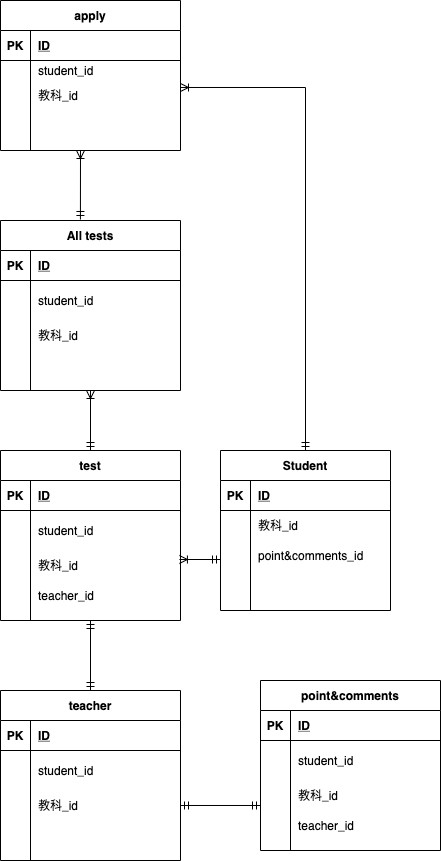
Above: 設計図.drawio.png in yuka1007/db.draws (draw.io), before the change. Source tidied: cells renumbered, new cells last; positions are measured from the earlier drawing's top-left corner, leaving out a move shared by most shapes.
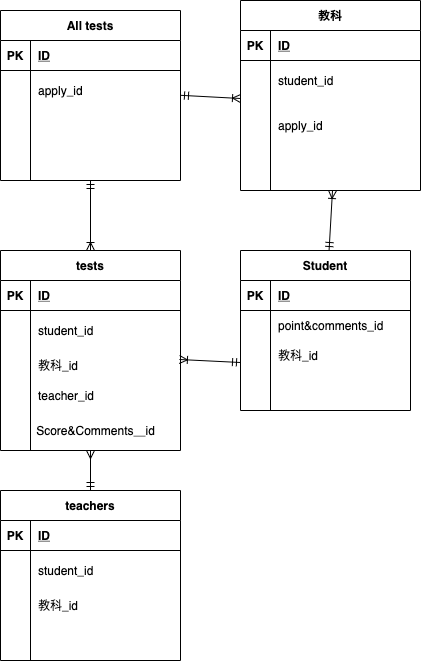
After the commit.

The edit, as a diff of the source:
```diff
@@ -2,11 +2,14 @@
   <root>
     <mxCell id="0" />
     <mxCell id="1" parent="0" />
-    <mxCell id="2" style="edgeStyle=orthogonalEdgeStyle;rounded=0;jettySize=auto;html=1;entryX=1;entryY=0.233;entryDx=0;entryDy=0;entryPerimeter=0;startArrow=ERmandOne;startFill=0;endArrow=ERoneToMany;endFill=0;" parent="1" edge="1" source="3" target="23">
-      <mxGeometry relative="1" as="geometry" />
-    </mxCell>
+    <mxCell id="86" style="edgeStyle=none;rounded=0;orthogonalLoop=1;jettySize=auto;html=1;startArrow=ERmandOne;startFill=0;endArrow=ERoneToMany;endFill=0;" parent="1" edge="1">
+      <mxGeometry relative="1" as="geometry">
+        <mxPoint x="328.6" y="450" as="sourcePoint" />
+        <mxPoint x="332" y="390" as="targetPoint" />
+      </mxGeometry>
+    </mxCell>
     <mxCell id="3" value="Student" style="shape=table;startSize=30;rowLines=0;fontStyle=1;align=center;" parent="1" vertex="1">
-      <mxGeometry x="220" y="450" width="170" height="160" as="geometry" />
+      <mxGeometry x="240" y="450" width="170" height="160" as="geometry" />
     </mxCell>
     <mxCell id="4" style="shape=partialRectangle;fillColor=none;top=0;left=0;bottom=1;right=0;" parent="3" vertex="1">
       <mxGeometry y="30" width="170" height="30" as="geometry" />
@@ -23,7 +26,7 @@
     <mxCell id="8" style="shape=partialRectangle;fillColor=none;top=0;left=0;bottom=0;right=0;overflow=hidden;" parent="7" vertex="1">
       <mxGeometry width="30" height="30" as="geometry" />
     </mxCell>
-    <mxCell id="9" value="教科_id" style="shape=partialRectangle;fillColor=none;top=0;left=0;bottom=0;right=0;align=left;spacingLeft=6;overflow=hidden;" parent="7" vertex="1">
+    <mxCell id="9" value="point&amp;comments_id" style="shape=partialRectangle;fillColor=none;top=0;left=0;bottom=0;right=0;align=left;spacingLeft=6;overflow=hidden;" parent="7" vertex="1">
       <mxGeometry x="30" width="140" height="30" as="geometry" />
     </mxCell>
     <mxCell id="10" style="shape=partialRectangle;fillColor=none;top=0;left=0;bottom=0;right=0;" parent="3" vertex="1">
@@ -32,7 +35,7 @@
     <mxCell id="11" style="shape=partialRectangle;fillColor=none;top=0;left=0;bottom=0;right=0;overflow=hidden;" parent="10" vertex="1">
       <mxGeometry width="30" height="30" as="geometry" />
     </mxCell>
-    <mxCell id="12" value="point&amp;comments_id" style="shape=partialRectangle;fillColor=none;top=0;left=0;bottom=0;right=0;align=left;spacingLeft=6;overflow=hidden;" parent="10" vertex="1">
+    <mxCell id="12" value="教科_id" style="shape=partialRectangle;fillColor=none;top=0;left=0;bottom=0;right=0;align=left;spacingLeft=6;overflow=hidden;" parent="10" vertex="1">
       <mxGeometry x="30" width="140" height="30" as="geometry" />
     </mxCell>
     <mxCell id="13" style="shape=partialRectangle;fillColor=none;top=0;left=0;bottom=0;right=0;" parent="3" vertex="1">
@@ -44,50 +47,11 @@
     <mxCell id="15" style="shape=partialRectangle;fillColor=none;top=0;left=0;bottom=0;right=0;align=left;spacingLeft=6;overflow=hidden;" parent="13" vertex="1">
       <mxGeometry x="30" width="140" height="30" as="geometry" />
     </mxCell>
-    <mxCell id="16" value="apply" style="shape=table;startSize=30;rowLines=0;fontStyle=1;align=center;" parent="1" vertex="1">
-      <mxGeometry width="180" height="150" as="geometry" />
-    </mxCell>
-    <mxCell id="17" style="shape=partialRectangle;fillColor=none;top=0;left=0;bottom=1;right=0;" parent="16" vertex="1">
-      <mxGeometry y="30" width="180" height="30" as="geometry" />
-    </mxCell>
-    <mxCell id="18" value="PK" style="shape=partialRectangle;fillColor=none;top=0;left=0;bottom=0;right=0;fontStyle=1;overflow=hidden;" parent="17" vertex="1">
-      <mxGeometry width="30" height="30" as="geometry" />
-    </mxCell>
-    <mxCell id="19" value="ID" style="shape=partialRectangle;fillColor=none;top=0;left=0;bottom=0;right=0;align=left;spacingLeft=6;fontStyle=5;overflow=hidden;" parent="17" vertex="1">
-      <mxGeometry x="30" width="150" height="30" as="geometry" />
-    </mxCell>
-    <mxCell id="20" style="shape=partialRectangle;fillColor=none;top=0;left=0;bottom=0;right=0;" parent="16" vertex="1">
-      <mxGeometry y="60" width="180" height="20" as="geometry" />
-    </mxCell>
-    <mxCell id="21" style="shape=partialRectangle;fillColor=none;top=0;left=0;bottom=0;right=0;overflow=hidden;" parent="20" vertex="1">
-      <mxGeometry width="30" height="20" as="geometry" />
-    </mxCell>
-    <mxCell id="22" value="student_id" style="shape=partialRectangle;fillColor=none;top=0;left=0;bottom=0;right=0;align=left;spacingLeft=6;overflow=hidden;" parent="20" vertex="1">
-      <mxGeometry x="30" width="150" height="20" as="geometry" />
-    </mxCell>
-    <mxCell id="23" style="shape=partialRectangle;fillColor=none;top=0;left=0;bottom=0;right=0;points=[[0,0.5],[1,0.5]];portConstraint=eastwest;" parent="16" vertex="1">
-      <mxGeometry y="80" width="180" height="30" as="geometry" />
-    </mxCell>
-    <mxCell id="24" style="shape=partialRectangle;fillColor=none;top=0;left=0;bottom=0;right=0;overflow=hidden;" parent="23" vertex="1">
-      <mxGeometry width="30" height="30" as="geometry" />
-    </mxCell>
-    <mxCell id="25" value="教科_id" style="shape=partialRectangle;fillColor=none;top=0;left=0;bottom=0;right=0;align=left;spacingLeft=6;overflow=hidden;" parent="23" vertex="1">
-      <mxGeometry x="30" width="150" height="30" as="geometry" />
-    </mxCell>
-    <mxCell id="26" style="shape=partialRectangle;fillColor=none;top=0;left=0;bottom=0;right=0;" parent="16" vertex="1">
-      <mxGeometry y="110" width="180" height="30" as="geometry" />
-    </mxCell>
-    <mxCell id="27" style="shape=partialRectangle;fillColor=none;top=0;left=0;bottom=0;right=0;overflow=hidden;" parent="26" vertex="1">
-      <mxGeometry width="30" height="30" as="geometry" />
-    </mxCell>
-    <mxCell id="28" style="shape=partialRectangle;fillColor=none;top=0;left=0;bottom=0;right=0;align=left;spacingLeft=6;overflow=hidden;" parent="26" vertex="1">
-      <mxGeometry x="30" width="150" height="30" as="geometry" />
-    </mxCell>
-    <mxCell id="29" style="edgeStyle=orthogonalEdgeStyle;rounded=0;jettySize=auto;html=1;entryX=0.5;entryY=0;entryDx=0;entryDy=0;startArrow=ERmandOne;startFill=0;endArrow=ERmandOne;endFill=0;" parent="1" edge="1" source="30" target="58">
+    <mxCell id="29" style="edgeStyle=orthogonalEdgeStyle;rounded=0;jettySize=auto;html=1;entryX=0.5;entryY=0;entryDx=0;entryDy=0;startArrow=ERmany;startFill=0;endArrow=ERmandOne;endFill=0;" parent="1" edge="1" source="30" target="58">
       <mxGeometry relative="1" as="geometry" />
     </mxCell>
-    <mxCell id="30" value="test" style="shape=table;startSize=30;rowLines=0;fontStyle=1;align=center;" parent="1" vertex="1">
-      <mxGeometry y="450" width="180" height="170" as="geometry" />
+    <mxCell id="30" value="tests" style="shape=table;startSize=30;rowLines=0;fontStyle=1;align=center;" parent="1" vertex="1">
+      <mxGeometry y="450" width="180" height="200" as="geometry" />
     </mxCell>
     <mxCell id="31" style="shape=partialRectangle;fillColor=none;top=0;left=0;bottom=1;right=0;" parent="30" vertex="1">
       <mxGeometry y="30" width="180" height="30" as="geometry" />
@@ -125,56 +89,12 @@
     <mxCell id="42" value="teacher_id" style="shape=partialRectangle;fillColor=none;top=0;left=0;bottom=0;right=0;align=left;spacingLeft=6;overflow=hidden;" parent="40" vertex="1">
       <mxGeometry x="30" width="150" height="30" as="geometry" />
     </mxCell>
-    <mxCell id="43" value="point&amp;comments" style="shape=table;startSize=30;rowLines=0;fontStyle=1;align=center;" parent="1" vertex="1">
-      <mxGeometry x="260" y="680" width="180" height="170" as="geometry" />
-    </mxCell>
-    <mxCell id="44" style="shape=partialRectangle;fillColor=none;top=0;left=0;bottom=1;right=0;" parent="43" vertex="1">
-      <mxGeometry y="30" width="180" height="30" as="geometry" />
-    </mxCell>
-    <mxCell id="45" value="PK" style="shape=partialRectangle;fillColor=none;top=0;left=0;bottom=0;right=0;fontStyle=1;overflow=hidden;" parent="44" vertex="1">
-      <mxGeometry width="30" height="30" as="geometry" />
-    </mxCell>
-    <mxCell id="46" value="ID" style="shape=partialRectangle;fillColor=none;top=0;left=0;bottom=0;right=0;align=left;spacingLeft=6;fontStyle=5;overflow=hidden;" parent="44" vertex="1">
-      <mxGeometry x="30" width="150" height="30" as="geometry" />
-    </mxCell>
-    <mxCell id="47" style="shape=partialRectangle;fillColor=none;top=0;left=0;bottom=0;right=0;" parent="43" vertex="1">
-      <mxGeometry y="60" width="180" height="40" as="geometry" />
-    </mxCell>
-    <mxCell id="48" style="shape=partialRectangle;fillColor=none;top=0;left=0;bottom=0;right=0;overflow=hidden;" parent="47" vertex="1">
-      <mxGeometry width="30" height="40" as="geometry" />
-    </mxCell>
-    <mxCell id="49" value="student_id" style="shape=partialRectangle;fillColor=none;top=0;left=0;bottom=0;right=0;align=left;spacingLeft=6;overflow=hidden;" parent="47" vertex="1">
-      <mxGeometry x="30" width="150" height="40" as="geometry" />
-    </mxCell>
-    <mxCell id="50" style="shape=partialRectangle;fillColor=none;top=0;left=0;bottom=0;right=0;points=[[0,0.5],[1,0.5]];portConstraint=eastwest;" parent="43" vertex="1">
-      <mxGeometry y="100" width="180" height="30" as="geometry" />
-    </mxCell>
-    <mxCell id="51" style="shape=partialRectangle;fillColor=none;top=0;left=0;bottom=0;right=0;overflow=hidden;" parent="50" vertex="1">
-      <mxGeometry width="30" height="30" as="geometry" />
-    </mxCell>
-    <mxCell id="52" value="教科_id" style="shape=partialRectangle;fillColor=none;top=0;left=0;bottom=0;right=0;align=left;spacingLeft=6;overflow=hidden;" parent="50" vertex="1">
-      <mxGeometry x="30" width="150" height="30" as="geometry" />
-    </mxCell>
-    <mxCell id="53" style="shape=partialRectangle;fillColor=none;top=0;left=0;bottom=0;right=0;" parent="43" vertex="1">
-      <mxGeometry y="130" width="180" height="30" as="geometry" />
-    </mxCell>
-    <mxCell id="54" style="shape=partialRectangle;fillColor=none;top=0;left=0;bottom=0;right=0;overflow=hidden;" parent="53" vertex="1">
-      <mxGeometry width="30" height="30" as="geometry" />
-    </mxCell>
-    <mxCell id="55" value="teacher_id" style="shape=partialRectangle;fillColor=none;top=0;left=0;bottom=0;right=0;align=left;spacingLeft=6;overflow=hidden;" parent="53" vertex="1">
-      <mxGeometry x="30" width="150" height="30" as="geometry" />
-    </mxCell>
-    <mxCell id="56" style="endArrow=ERmandOne;startArrow=ERoneToMany;html=1;endFill=0;startFill=0;entryX=0.444;entryY=-0.006;entryDx=0;entryDy=0;entryPerimeter=0;" parent="1" edge="1" target="72">
-      <mxGeometry relative="1" as="geometry">
-        <mxPoint x="80" y="150" as="sourcePoint" />
-      </mxGeometry>
-    </mxCell>
     <mxCell id="57" style="endArrow=ERmandOne;startArrow=ERoneToMany;html=1;exitX=0.994;exitY=0.3;exitDx=0;exitDy=0;exitPerimeter=0;startFill=0;endFill=0;" parent="1" edge="1" source="37">
       <mxGeometry relative="1" as="geometry">
-        <mxPoint x="220" y="559" as="targetPoint" />
+        <mxPoint x="240" y="562" as="targetPoint" />
       </mxGeometry>
     </mxCell>
-    <mxCell id="58" value="teacher" style="shape=table;startSize=30;rowLines=0;fontStyle=1;align=center;" parent="1" vertex="1">
+    <mxCell id="58" value="teachers" style="shape=table;startSize=30;rowLines=0;fontStyle=1;align=center;" parent="1" vertex="1">
       <mxGeometry y="690" width="180" height="170" as="geometry" />
     </mxCell>
     <mxCell id="59" style="shape=partialRectangle;fillColor=none;top=0;left=0;bottom=1;right=0;" parent="58" vertex="1">
@@ -213,11 +133,11 @@
     <mxCell id="70" style="shape=partialRectangle;fillColor=none;top=0;left=0;bottom=0;right=0;align=left;spacingLeft=6;overflow=hidden;" parent="68" vertex="1">
       <mxGeometry x="30" width="150" height="30" as="geometry" />
     </mxCell>
-    <mxCell id="71" style="edgeStyle=orthogonalEdgeStyle;rounded=0;jettySize=auto;html=1;startArrow=ERoneToMany;startFill=0;endArrow=ERmandOne;endFill=0;" parent="1" edge="1" source="72" target="30">
+    <mxCell id="71" style="edgeStyle=orthogonalEdgeStyle;rounded=0;jettySize=auto;html=1;startArrow=ERmandOne;startFill=0;endArrow=ERoneToMany;endFill=0;" parent="1" edge="1" source="72" target="30">
       <mxGeometry relative="1" as="geometry" />
     </mxCell>
     <mxCell id="72" value="All tests" style="shape=table;startSize=30;rowLines=0;fontStyle=1;align=center;" parent="1" vertex="1">
-      <mxGeometry y="220" width="180" height="170" as="geometry" />
+      <mxGeometry y="210" width="180" height="170" as="geometry" />
     </mxCell>
     <mxCell id="73" style="shape=partialRectangle;fillColor=none;top=0;left=0;bottom=1;right=0;" parent="72" vertex="1">
       <mxGeometry y="30" width="180" height="30" as="geometry" />
@@ -234,7 +154,7 @@
     <mxCell id="77" style="shape=partialRectangle;fillColor=none;top=0;left=0;bottom=0;right=0;overflow=hidden;" parent="76" vertex="1">
       <mxGeometry width="30" height="40" as="geometry" />
     </mxCell>
-    <mxCell id="78" value="student_id" style="shape=partialRectangle;fillColor=none;top=0;left=0;bottom=0;right=0;align=left;spacingLeft=6;overflow=hidden;" parent="76" vertex="1">
+    <mxCell id="78" value="apply_id" style="shape=partialRectangle;fillColor=none;top=0;left=0;bottom=0;right=0;align=left;spacingLeft=6;overflow=hidden;" parent="76" vertex="1">
       <mxGeometry x="30" width="150" height="40" as="geometry" />
     </mxCell>
     <mxCell id="79" style="shape=partialRectangle;fillColor=none;top=0;left=0;bottom=0;right=0;" parent="72" vertex="1">
@@ -243,7 +163,7 @@
     <mxCell id="80" style="shape=partialRectangle;fillColor=none;top=0;left=0;bottom=0;right=0;overflow=hidden;" parent="79" vertex="1">
       <mxGeometry width="30" height="30" as="geometry" />
     </mxCell>
-    <mxCell id="81" value="教科_id" style="shape=partialRectangle;fillColor=none;top=0;left=0;bottom=0;right=0;align=left;spacingLeft=6;overflow=hidden;" parent="79" vertex="1">
+    <mxCell id="81" style="shape=partialRectangle;fillColor=none;top=0;left=0;bottom=0;right=0;align=left;spacingLeft=6;overflow=hidden;" parent="79" vertex="1">
       <mxGeometry x="30" width="150" height="30" as="geometry" />
     </mxCell>
     <mxCell id="82" style="shape=partialRectangle;fillColor=none;top=0;left=0;bottom=0;right=0;" parent="72" vertex="1">
@@ -255,8 +175,50 @@
     <mxCell id="84" style="shape=partialRectangle;fillColor=none;top=0;left=0;bottom=0;right=0;align=left;spacingLeft=6;overflow=hidden;" parent="82" vertex="1">
       <mxGeometry x="30" width="150" height="30" as="geometry" />
     </mxCell>
-    <mxCell id="85" style="edgeStyle=orthogonalEdgeStyle;rounded=0;jettySize=auto;html=1;entryX=0;entryY=0.833;entryDx=0;entryDy=0;entryPerimeter=0;startArrow=ERmandOne;startFill=0;endArrow=ERmandOne;endFill=0;" parent="1" edge="1" source="65" target="50">
-      <mxGeometry relative="1" as="geometry" />
-    </mxCell>
+    <mxCell id="87" value="教科" style="shape=table;startSize=30;rowLines=0;fontStyle=1;align=center;" parent="1" vertex="1">
+      <mxGeometry x="240" y="200" width="180" height="190" as="geometry" />
+    </mxCell>
+    <mxCell id="88" style="shape=partialRectangle;fillColor=none;top=0;left=0;bottom=1;right=0;" parent="87" vertex="1">
+      <mxGeometry y="30" width="180" height="30" as="geometry" />
+    </mxCell>
+    <mxCell id="89" value="PK" style="shape=partialRectangle;fillColor=none;top=0;left=0;bottom=0;right=0;fontStyle=1;overflow=hidden;" parent="88" vertex="1">
+      <mxGeometry width="30" height="30" as="geometry" />
+    </mxCell>
+    <mxCell id="90" value="ID" style="shape=partialRectangle;fillColor=none;top=0;left=0;bottom=0;right=0;align=left;spacingLeft=6;fontStyle=5;overflow=hidden;" parent="88" vertex="1">
+      <mxGeometry x="30" width="150" height="30" as="geometry" />
+    </mxCell>
+    <mxCell id="47" style="shape=partialRectangle;fillColor=none;top=0;left=0;bottom=0;right=0;" parent="87" vertex="1">
+      <mxGeometry y="60" width="180" height="40" as="geometry" />
+    </mxCell>
+    <mxCell id="48" style="shape=partialRectangle;fillColor=none;top=0;left=0;bottom=0;right=0;overflow=hidden;" parent="47" vertex="1">
+      <mxGeometry width="30" height="40" as="geometry" />
+    </mxCell>
+    <mxCell id="49" value="student_id" style="shape=partialRectangle;fillColor=none;top=0;left=0;bottom=0;right=0;align=left;spacingLeft=6;overflow=hidden;" parent="47" vertex="1">
+      <mxGeometry x="30" width="150" height="40" as="geometry" />
+    </mxCell>
+    <mxCell id="91" style="shape=partialRectangle;fillColor=none;top=0;left=0;bottom=0;right=0;points=[[0,0.5],[1,0.5]];portConstraint=eastwest;" parent="87" vertex="1">
+      <mxGeometry y="100" width="180" height="50" as="geometry" />
+    </mxCell>
+    <mxCell id="92" style="shape=partialRectangle;fillColor=none;top=0;left=0;bottom=0;right=0;overflow=hidden;" parent="91" vertex="1">
+      <mxGeometry width="30" height="50" as="geometry" />
+    </mxCell>
+    <mxCell id="93" value="apply_id" style="shape=partialRectangle;fillColor=none;top=0;left=0;bottom=0;right=0;align=left;spacingLeft=6;overflow=hidden;" parent="91" vertex="1">
+      <mxGeometry x="30" width="150" height="50" as="geometry" />
+    </mxCell>
+    <mxCell id="94" style="shape=partialRectangle;fillColor=none;top=0;left=0;bottom=0;right=0;" parent="87" vertex="1">
+      <mxGeometry y="150" width="180" height="30" as="geometry" />
+    </mxCell>
+    <mxCell id="95" style="shape=partialRectangle;fillColor=none;top=0;left=0;bottom=0;right=0;overflow=hidden;" parent="94" vertex="1">
+      <mxGeometry width="30" height="30" as="geometry" />
+    </mxCell>
+    <mxCell id="28" style="shape=partialRectangle;fillColor=none;top=0;left=0;bottom=0;right=0;align=left;spacingLeft=6;overflow=hidden;" parent="94" vertex="1">
+      <mxGeometry x="30" width="150" height="30" as="geometry" />
+    </mxCell>
+    <mxCell id="96" value="Score&amp;amp;Comments＿id" style="text;html=1;align=center;verticalAlign=middle;strokeColor=none;" parent="1" vertex="1">
+      <mxGeometry x="30" y="620" width="130" height="20" as="geometry" />
+    </mxCell>
+    <mxCell id="97" style="edgeStyle=none;rounded=0;jettySize=auto;html=1;entryX=0;entryY=-0.04;entryDx=0;entryDy=0;entryPerimeter=0;startArrow=ERmandOne;startFill=0;endArrow=ERoneToMany;endFill=0;" parent="1" edge="1" source="76" target="91">
+      <mxGeometry relative="1" as="geometry" />
+    </mxCell>
   </root>
 </mxGraphModel>
```
